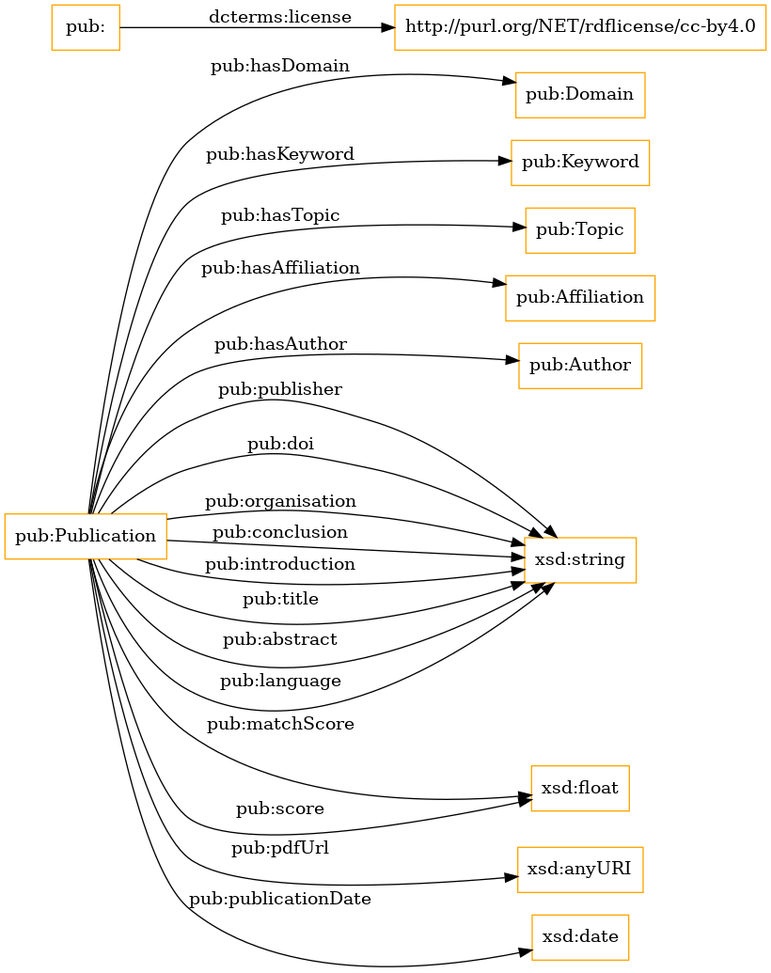
This is OnToology/Ontology/publication-ontology.ttl/diagrams/ar2dtool-class/publication-ontology.ttl.png from ScoutinScience/auroral-publication-ontology, a Graphviz export, as it was before one commit. Its source is kept beside it as OnToology/Ontology/publication-ontology.ttl/diagrams/ar2dtool-class/publication-ontology.ttl.png.dot. Source of this version:
```dot
digraph ar2dtool_diagram {
rankdir=LR;
size="1501"
node [shape = rectangle, color="orange"]; "pub:Domain" "pub:Keyword" "pub:Topic" "pub:Affiliation" "pub:Author" "pub:Publication" ; /*classes style*/
	"pub:" -> "http://purl.org/NET/rdflicense/cc-by4.0" [ label = "dcterms:license" ];
	"pub:Publication" -> "xsd:string" [ label = "pub:publisher" ];
	"pub:Publication" -> "xsd:string" [ label = "pub:doi" ];
	"pub:Publication" -> "xsd:string" [ label = "pub:organisation" ];
	"pub:Publication" -> "xsd:float" [ label = "pub:matchScore" ];
	"pub:Publication" -> "pub:Keyword" [ label = "pub:hasKeyword" ];
	"pub:Publication" -> "pub:Domain" [ label = "pub:hasDomain" ];
	"pub:Publication" -> "pub:Topic" [ label = "pub:hasTopic" ];
	"pub:Publication" -> "xsd:string" [ label = "pub:conclusion" ];
	"pub:Publication" -> "xsd:string" [ label = "pub:introduction" ];
	"pub:Publication" -> "xsd:anyURI" [ label = "pub:pdfUrl" ];
	"pub:Publication" -> "pub:Author" [ label = "pub:hasAuthor" ];
	"pub:Publication" -> "xsd:float" [ label = "pub:score" ];
	"pub:Publication" -> "xsd:date" [ label = "pub:publicationDate" ];
	"pub:Publication" -> "xsd:string" [ label = "pub:title" ];
	"pub:Publication" -> "pub:Affiliation" [ label = "pub:hasAffiliation" ];
	"pub:Publication" -> "xsd:string" [ label = "pub:abstract" ];
	"pub:Publication" -> "xsd:string" [ label = "pub:language" ];

}
```
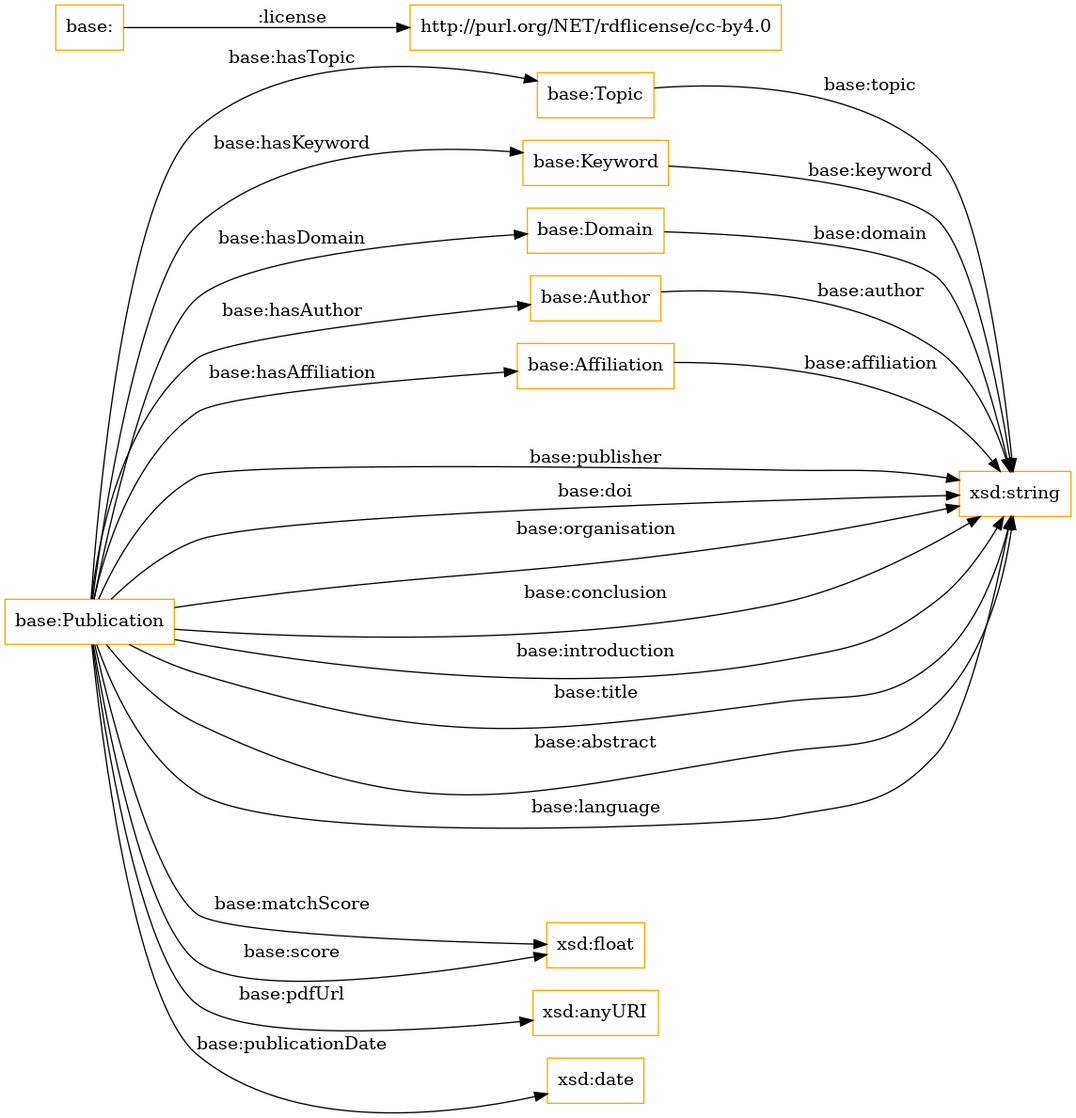
Above is the later version.

What changed in the source:
```diff
@@ -1,24 +1,29 @@
 digraph ar2dtool_diagram {
 rankdir=LR;
 size="1501"
-node [shape = rectangle, color="orange"]; "pub:Domain" "pub:Keyword" "pub:Topic" "pub:Affiliation" "pub:Author" "pub:Publication" ; /*classes style*/
-	"pub:" -> "http://purl.org/NET/rdflicense/cc-by4.0" [ label = "dcterms:license" ];
-	"pub:Publication" -> "xsd:string" [ label = "pub:publisher" ];
-	"pub:Publication" -> "xsd:string" [ label = "pub:doi" ];
-	"pub:Publication" -> "xsd:string" [ label = "pub:organisation" ];
-	"pub:Publication" -> "xsd:float" [ label = "pub:matchScore" ];
-	"pub:Publication" -> "pub:Keyword" [ label = "pub:hasKeyword" ];
-	"pub:Publication" -> "pub:Domain" [ label = "pub:hasDomain" ];
-	"pub:Publication" -> "pub:Topic" [ label = "pub:hasTopic" ];
-	"pub:Publication" -> "xsd:string" [ label = "pub:conclusion" ];
-	"pub:Publication" -> "xsd:string" [ label = "pub:introduction" ];
-	"pub:Publication" -> "xsd:anyURI" [ label = "pub:pdfUrl" ];
-	"pub:Publication" -> "pub:Author" [ label = "pub:hasAuthor" ];
-	"pub:Publication" -> "xsd:float" [ label = "pub:score" ];
-	"pub:Publication" -> "xsd:date" [ label = "pub:publicationDate" ];
-	"pub:Publication" -> "xsd:string" [ label = "pub:title" ];
-	"pub:Publication" -> "pub:Affiliation" [ label = "pub:hasAffiliation" ];
-	"pub:Publication" -> "xsd:string" [ label = "pub:abstract" ];
-	"pub:Publication" -> "xsd:string" [ label = "pub:language" ];
+node [shape = rectangle, color="orange"]; "base:Topic" "base:Publication" "base:Keyword" "base:Domain" "base:Author" "base:Affiliation" ; /*classes style*/
+	"base:" -> "http://purl.org/NET/rdflicense/cc-by4.0" [ label = ":license" ];
+	"base:Publication" -> "xsd:string" [ label = "base:publisher" ];
+	"base:Author" -> "xsd:string" [ label = "base:author" ];
+	"base:Publication" -> "xsd:string" [ label = "base:doi" ];
+	"base:Publication" -> "xsd:string" [ label = "base:organisation" ];
+	"base:Publication" -> "xsd:float" [ label = "base:matchScore" ];
+	"base:Publication" -> "base:Keyword" [ label = "base:hasKeyword" ];
+	"base:Publication" -> "base:Domain" [ label = "base:hasDomain" ];
+	"base:Publication" -> "base:Topic" [ label = "base:hasTopic" ];
+	"base:Topic" -> "xsd:string" [ label = "base:topic" ];
+	"base:Publication" -> "xsd:string" [ label = "base:conclusion" ];
+	"base:Publication" -> "xsd:string" [ label = "base:introduction" ];
+	"base:Publication" -> "xsd:anyURI" [ label = "base:pdfUrl" ];
+	"base:Publication" -> "base:Author" [ label = "base:hasAuthor" ];
+	"base:Publication" -> "xsd:float" [ label = "base:score" ];
+	"base:Keyword" -> "xsd:string" [ label = "base:keyword" ];
+	"base:Domain" -> "xsd:string" [ label = "base:domain" ];
+	"base:Publication" -> "xsd:date" [ label = "base:publicationDate" ];
+	"base:Affiliation" -> "xsd:string" [ label = "base:affiliation" ];
+	"base:Publication" -> "xsd:string" [ label = "base:title" ];
+	"base:Publication" -> "base:Affiliation" [ label = "base:hasAffiliation" ];
+	"base:Publication" -> "xsd:string" [ label = "base:abstract" ];
+	"base:Publication" -> "xsd:string" [ label = "base:language" ];
 
 }
```
